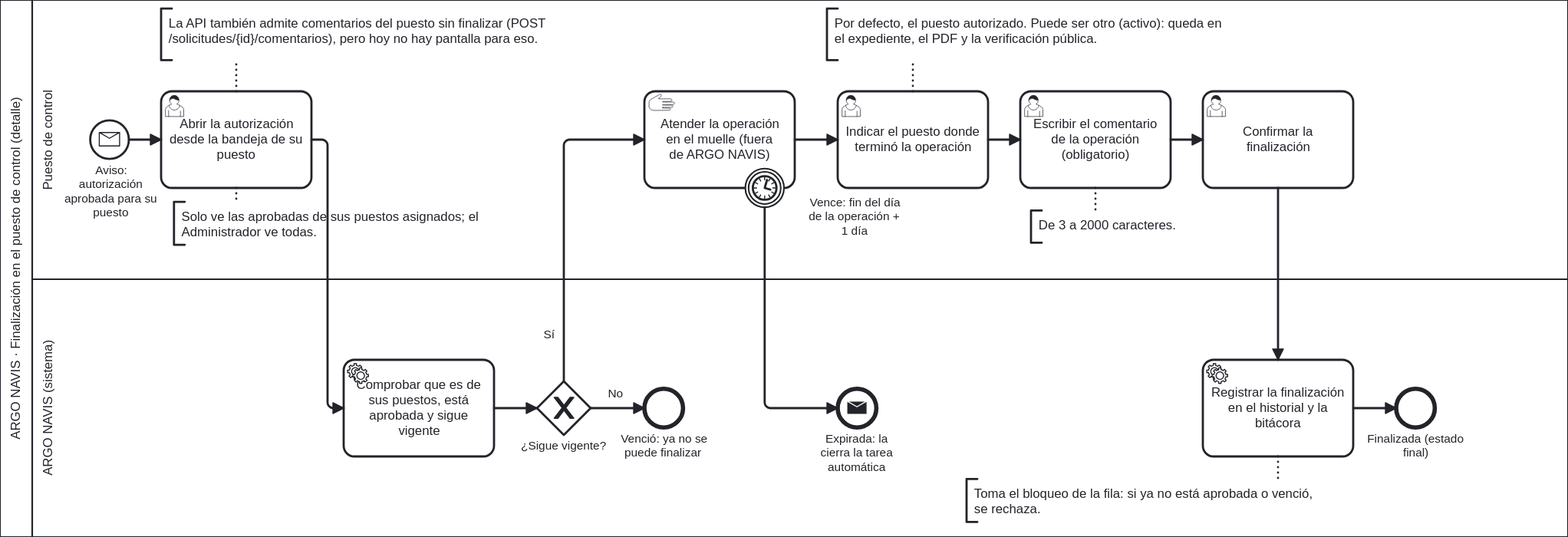
This is docs/bpmn/05-finalizacion-puesto.svg from rxppxc/ArgoNavis, a BPMN export, as it was before one commit. Its source is kept beside it as docs/bpmn/05-finalizacion-puesto.bpmn. Ids are renumbered. Its diagram source:
```xml
<bpmn:definitions xmlns:xsi="http://www.w3.org/2001/XMLSchema-instance" xmlns:bpmn="http://www.omg.org/spec/BPMN/20100524/MODEL" xmlns:bpmndi="http://www.omg.org/spec/BPMN/20100524/DI" xmlns:dc="http://www.omg.org/spec/DD/20100524/DC" xmlns:di="http://www.omg.org/spec/DD/20100524/DI" id="Definiciones_FinalizacionPuesto" targetNamespace="https://argonavis.migracion.gob.pa/bpmn" exporter="ARGO NAVIS" exporterVersion="1.0">
  <bpmn:collaboration id="Colaboracion_FinalizacionPuesto">
    <bpmn:participant id="Pool_FinalizacionPuesto" name="ARGO NAVIS · Finalización en el puesto de control (detalle)" processRef="Proceso_FinalizacionPuesto" />
  </bpmn:collaboration>
  <bpmn:process id="Proceso_FinalizacionPuesto" name="Finalización en el puesto de control" isExecutable="false">
    <bpmn:laneSet id="Carriles_Proceso_FinalizacionPuesto">
      <bpmn:lane id="C_Puesto" name="Puesto de control">
        <bpmn:flowNodeRef>Inicio</bpmn:flowNodeRef>
        <bpmn:flowNodeRef>Abrir</bpmn:flowNodeRef>
        <bpmn:flowNodeRef>Atender</bpmn:flowNodeRef>
        <bpmn:flowNodeRef>Vence</bpmn:flowNodeRef>
        <bpmn:flowNodeRef>Elegir</bpmn:flowNodeRef>
        <bpmn:flowNodeRef>Comentar</bpmn:flowNodeRef>
        <bpmn:flowNodeRef>Confirmar</bpmn:flowNodeRef>
      </bpmn:lane>
      <bpmn:lane id="C_Sistema" name="ARGO NAVIS (sistema)">
        <bpmn:flowNodeRef>Comprobar</bpmn:flowNodeRef>
        <bpmn:flowNodeRef>GVigente</bpmn:flowNodeRef>
        <bpmn:flowNodeRef>FinVencida</bpmn:flowNodeRef>
        <bpmn:flowNodeRef>FinExpirada</bpmn:flowNodeRef>
        <bpmn:flowNodeRef>Registrar</bpmn:flowNodeRef>
        <bpmn:flowNodeRef>FinFinalizada</bpmn:flowNodeRef>
      </bpmn:lane>
    </bpmn:laneSet>
    <bpmn:startEvent id="Inicio" name="Aviso: autorización aprobada para su puesto">
      <bpmn:outgoing>Flujo_Inicio_Abrir</bpmn:outgoing>
      <bpmn:messageEventDefinition id="Def_Inicio" />
    </bpmn:startEvent>
    <bpmn:userTask id="Abrir" name="Abrir la autorización desde la bandeja de su puesto">
      <bpmn:incoming>Flujo_Inicio_Abrir</bpmn:incoming>
      <bpmn:outgoing>Flujo_Abrir_Comprobar</bpmn:outgoing>
    </bpmn:userTask>
    <bpmn:serviceTask id="Comprobar" name="Comprobar que es de sus puestos, está aprobada y sigue vigente">
      <bpmn:incoming>Flujo_Abrir_Comprobar</bpmn:incoming>
      <bpmn:outgoing>Flujo_Comprobar_GVigente</bpmn:outgoing>
    </bpmn:serviceTask>
    <bpmn:exclusiveGateway id="GVigente" name="¿Sigue vigente?">
      <bpmn:incoming>Flujo_Comprobar_GVigente</bpmn:incoming>
      <bpmn:outgoing>Flujo_GVigente_FinVencida</bpmn:outgoing>
      <bpmn:outgoing>Flujo_GVigente_Atender</bpmn:outgoing>
    </bpmn:exclusiveGateway>
    <bpmn:endEvent id="FinVencida" name="Venció: ya no se puede finalizar">
      <bpmn:incoming>Flujo_GVigente_FinVencida</bpmn:incoming>
    </bpmn:endEvent>
    <bpmn:manualTask id="Atender" name="Atender la operación en el muelle (fuera de ARGO NAVIS)">
      <bpmn:incoming>Flujo_GVigente_Atender</bpmn:incoming>
      <bpmn:outgoing>Flujo_Atender_Elegir</bpmn:outgoing>
    </bpmn:manualTask>
    <bpmn:boundaryEvent id="Vence" name="Vence: fin del día de la operación + 1 día" attachedToRef="Atender">
      <bpmn:outgoing>Flujo_Vence_FinExpirada</bpmn:outgoing>
      <bpmn:timerEventDefinition id="Def_Vence" />
    </bpmn:boundaryEvent>
    <bpmn:endEvent id="FinExpirada" name="Expirada: la cierra la tarea automática">
      <bpmn:incoming>Flujo_Vence_FinExpirada</bpmn:incoming>
      <bpmn:messageEventDefinition id="Def_FinExpirada" />
    </bpmn:endEvent>
    <bpmn:userTask id="Elegir" name="Indicar el puesto donde terminó la operación">
      <bpmn:incoming>Flujo_Atender_Elegir</bpmn:incoming>
      <bpmn:outgoing>Flujo_Elegir_Comentar</bpmn:outgoing>
    </bpmn:userTask>
    <bpmn:userTask id="Comentar" name="Escribir el comentario de la operación (obligatorio)">
      <bpmn:incoming>Flujo_Elegir_Comentar</bpmn:incoming>
      <bpmn:outgoing>Flujo_Comentar_Confirmar</bpmn:outgoing>
    </bpmn:userTask>
    <bpmn:userTask id="Confirmar" name="Confirmar la finalización">
      <bpmn:incoming>Flujo_Comentar_Confirmar</bpmn:incoming>
      <bpmn:outgoing>Flujo_Confirmar_Registrar</bpmn:outgoing>
    </bpmn:userTask>
    <bpmn:serviceTask id="Registrar" name="Registrar la finalización en el historial y la bitácora">
      <bpmn:incoming>Flujo_Confirmar_Registrar</bpmn:incoming>
      <bpmn:outgoing>Flujo_Registrar_FinFinalizada</bpmn:outgoing>
    </bpmn:serviceTask>
    <bpmn:endEvent id="FinFinalizada" name="Finalizada (estado final)">
      <bpmn:incoming>Flujo_Registrar_FinFinalizada</bpmn:incoming>
    </bpmn:endEvent>
    <bpmn:sequenceFlow id="Flujo_Inicio_Abrir" sourceRef="Inicio" targetRef="Abrir" />
    <bpmn:sequenceFlow id="Flujo_Abrir_Comprobar" sourceRef="Abrir" targetRef="Comprobar" />
    <bpmn:sequenceFlow id="Flujo_Comprobar_GVigente" sourceRef="Comprobar" targetRef="GVigente" />
    <bpmn:sequenceFlow id="Flujo_GVigente_FinVencida" name="No" sourceRef="GVigente" targetRef="FinVencida" />
    <bpmn:sequenceFlow id="Flujo_GVigente_Atender" name="Sí" sourceRef="GVigente" targetRef="Atender" />
    <bpmn:sequenceFlow id="Flujo_Vence_FinExpirada" sourceRef="Vence" targetRef="FinExpirada" />
    <bpmn:sequenceFlow id="Flujo_Atender_Elegir" sourceRef="Atender" targetRef="Elegir" />
    <bpmn:sequenceFlow id="Flujo_Elegir_Comentar" sourceRef="Elegir" targetRef="Comentar" />
    <bpmn:sequenceFlow id="Flujo_Comentar_Confirmar" sourceRef="Comentar" targetRef="Confirmar" />
    <bpmn:sequenceFlow id="Flujo_Confirmar_Registrar" sourceRef="Confirmar" targetRef="Registrar" />
    <bpmn:sequenceFlow id="Flujo_Registrar_FinFinalizada" sourceRef="Registrar" targetRef="FinFinalizada" />
    <bpmn:textAnnotation id="N_Bandeja"><bpmn:text>Solo ve las aprobadas de sus puestos asignados; el Administrador ve todas.</bpmn:text></bpmn:textAnnotation>
    <bpmn:association id="Asoc_N_Bandeja" sourceRef="Abrir" targetRef="N_Bandeja" />
    <bpmn:textAnnotation id="N_Comentarios"><bpmn:text>La API también admite comentarios del puesto sin finalizar (POST /solicitudes/{id}/comentarios), pero hoy no hay pantalla para eso.</bpmn:text></bpmn:textAnnotation>
    <bpmn:association id="Asoc_N_Comentarios" sourceRef="Abrir" targetRef="N_Comentarios" />
    <bpmn:textAnnotation id="N_Puesto"><bpmn:text>Por defecto, el puesto autorizado. Puede ser otro (activo): queda en el expediente, el PDF y la verificación pública.</bpmn:text></bpmn:textAnnotation>
    <bpmn:association id="Asoc_N_Puesto" sourceRef="Elegir" targetRef="N_Puesto" />
    <bpmn:textAnnotation id="N_Comentario"><bpmn:text>De 3 a 2000 caracteres.</bpmn:text></bpmn:textAnnotation>
    <bpmn:association id="Asoc_N_Comentario" sourceRef="Comentar" targetRef="N_Comentario" />
    <bpmn:textAnnotation id="N_Bloqueo"><bpmn:text>Toma el bloqueo de la fila: si ya no está aprobada o venció, se rechaza.</bpmn:text></bpmn:textAnnotation>
    <bpmn:association id="Asoc_N_Bloqueo" sourceRef="Registrar" targetRef="N_Bloqueo" />
  </bpmn:process>
  <bpmndi:BPMNDiagram id="Diagrama_FinalizacionPuesto">
    <bpmndi:BPMNPlane id="Plano_FinalizacionPuesto" bpmnElement="Colaboracion_FinalizacionPuesto">
      <bpmndi:BPMNShape id="Pool_FinalizacionPuesto_di" bpmnElement="Pool_FinalizacionPuesto" isHorizontal="true"><dc:Bounds x="100" y="40" width="1460" height="500" /></bpmndi:BPMNShape>
      <bpmndi:BPMNShape id="C_Puesto_di" bpmnElement="C_Puesto" isHorizontal="true"><dc:Bounds x="130" y="40" width="1430" height="260" /></bpmndi:BPMNShape>
      <bpmndi:BPMNShape id="C_Sistema_di" bpmnElement="C_Sistema" isHorizontal="true"><dc:Bounds x="130" y="300" width="1430" height="240" /></bpmndi:BPMNShape>
      <bpmndi:BPMNShape id="Inicio_di" bpmnElement="Inicio"><dc:Bounds x="184" y="152.0" width="36" height="36" /><bpmndi:BPMNLabel><dc:Bounds x="166" y="192" width="74" height="70" /></bpmndi:BPMNLabel></bpmndi:BPMNShape>
      <bpmndi:BPMNShape id="Abrir_di" bpmnElement="Abrir"><dc:Bounds x="250" y="125.0" width="140" height="90" /></bpmndi:BPMNShape>
      <bpmndi:BPMNShape id="Comprobar_di" bpmnElement="Comprobar"><dc:Bounds x="420" y="375.0" width="140" height="90" /></bpmndi:BPMNShape>
      <bpmndi:BPMNShape id="GVigente_di" bpmnElement="GVigente" isMarkerVisible="true"><dc:Bounds x="600" y="395.0" width="50" height="50" /><bpmndi:BPMNLabel><dc:Bounds x="565.0" y="449.0" width="120" height="40" /></bpmndi:BPMNLabel></bpmndi:BPMNShape>
      <bpmndi:BPMNShape id="FinVencida_di" bpmnElement="FinVencida"><dc:Bounds x="700" y="402.0" width="36" height="36" /><bpmndi:BPMNLabel><dc:Bounds x="658.0" y="442.0" width="120" height="40" /></bpmndi:BPMNLabel></bpmndi:BPMNShape>
      <bpmndi:BPMNShape id="Atender_di" bpmnElement="Atender"><dc:Bounds x="700" y="125.0" width="140" height="90" /></bpmndi:BPMNShape>
      <bpmndi:BPMNShape id="Vence_di" bpmnElement="Vence"><dc:Bounds x="794.0" y="197.0" width="36" height="36" /><bpmndi:BPMNLabel><dc:Bounds x="836" y="222" width="120" height="40" /></bpmndi:BPMNLabel></bpmndi:BPMNShape>
      <bpmndi:BPMNShape id="FinExpirada_di" bpmnElement="FinExpirada"><dc:Bounds x="880" y="402.0" width="36" height="36" /><bpmndi:BPMNLabel><dc:Bounds x="838.0" y="442.0" width="120" height="40" /></bpmndi:BPMNLabel></bpmndi:BPMNShape>
      <bpmndi:BPMNShape id="Elegir_di" bpmnElement="Elegir"><dc:Bounds x="880" y="125.0" width="140" height="90" /></bpmndi:BPMNShape>
      <bpmndi:BPMNShape id="Comentar_di" bpmnElement="Comentar"><dc:Bounds x="1050" y="125.0" width="140" height="90" /></bpmndi:BPMNShape>
      <bpmndi:BPMNShape id="Confirmar_di" bpmnElement="Confirmar"><dc:Bounds x="1220" y="125.0" width="140" height="90" /></bpmndi:BPMNShape>
      <bpmndi:BPMNShape id="Registrar_di" bpmnElement="Registrar"><dc:Bounds x="1220" y="375.0" width="140" height="90" /></bpmndi:BPMNShape>
      <bpmndi:BPMNShape id="FinFinalizada_di" bpmnElement="FinFinalizada"><dc:Bounds x="1400" y="402.0" width="36" height="36" /><bpmndi:BPMNLabel><dc:Bounds x="1358.0" y="442.0" width="120" height="40" /></bpmndi:BPMNLabel></bpmndi:BPMNShape>
      <bpmndi:BPMNShape id="N_Bandeja_di" bpmnElement="N_Bandeja"><dc:Bounds x="262" y="228" width="300" height="40" /></bpmndi:BPMNShape>
      <bpmndi:BPMNShape id="N_Comentarios_di" bpmnElement="N_Comentarios"><dc:Bounds x="250" y="48" width="430" height="48" /></bpmndi:BPMNShape>
      <bpmndi:BPMNShape id="N_Puesto_di" bpmnElement="N_Puesto"><dc:Bounds x="870" y="48" width="380" height="48" /></bpmndi:BPMNShape>
      <bpmndi:BPMNShape id="N_Comentario_di" bpmnElement="N_Comentario"><dc:Bounds x="1060" y="236" width="160" height="30" /></bpmndi:BPMNShape>
      <bpmndi:BPMNShape id="N_Bloqueo_di" bpmnElement="N_Bloqueo"><dc:Bounds x="1000" y="486" width="340" height="40" /></bpmndi:BPMNShape>
      <bpmndi:BPMNEdge id="Flujo_Inicio_Abrir_di" bpmnElement="Flujo_Inicio_Abrir"><di:waypoint x="220" y="170" /><di:waypoint x="250" y="170" /></bpmndi:BPMNEdge>
      <bpmndi:BPMNEdge id="Flujo_Abrir_Comprobar_di" bpmnElement="Flujo_Abrir_Comprobar"><di:waypoint x="390" y="170" /><di:waypoint x="405" y="170" /><di:waypoint x="405" y="420" /><di:waypoint x="420" y="420" /></bpmndi:BPMNEdge>
      <bpmndi:BPMNEdge id="Flujo_Comprobar_GVigente_di" bpmnElement="Flujo_Comprobar_GVigente"><di:waypoint x="560" y="420" /><di:waypoint x="600" y="420" /></bpmndi:BPMNEdge>
      <bpmndi:BPMNEdge id="Flujo_GVigente_FinVencida_di" bpmnElement="Flujo_GVigente_FinVencida"><di:waypoint x="650" y="420" /><di:waypoint x="700" y="420" /><bpmndi:BPMNLabel><dc:Bounds x="658" y="400" width="30" height="20" /></bpmndi:BPMNLabel></bpmndi:BPMNEdge>
      <bpmndi:BPMNEdge id="Flujo_GVigente_Atender_di" bpmnElement="Flujo_GVigente_Atender"><di:waypoint x="625" y="395" /><di:waypoint x="625" y="170" /><di:waypoint x="700" y="170" /><bpmndi:BPMNLabel><dc:Bounds x="602" y="345" width="20" height="20" /></bpmndi:BPMNLabel></bpmndi:BPMNEdge>
      <bpmndi:BPMNEdge id="Flujo_Vence_FinExpirada_di" bpmnElement="Flujo_Vence_FinExpirada"><di:waypoint x="812" y="233" /><di:waypoint x="812" y="420" /><di:waypoint x="880" y="420" /></bpmndi:BPMNEdge>
      <bpmndi:BPMNEdge id="Flujo_Atender_Elegir_di" bpmnElement="Flujo_Atender_Elegir"><di:waypoint x="840" y="170" /><di:waypoint x="880" y="170" /></bpmndi:BPMNEdge>
      <bpmndi:BPMNEdge id="Flujo_Elegir_Comentar_di" bpmnElement="Flujo_Elegir_Comentar"><di:waypoint x="1020" y="170" /><di:waypoint x="1050" y="170" /></bpmndi:BPMNEdge>
      <bpmndi:BPMNEdge id="Flujo_Comentar_Confirmar_di" bpmnElement="Flujo_Comentar_Confirmar"><di:waypoint x="1190" y="170" /><di:waypoint x="1220" y="170" /></bpmndi:BPMNEdge>
      <bpmndi:BPMNEdge id="Flujo_Confirmar_Registrar_di" bpmnElement="Flujo_Confirmar_Registrar"><di:waypoint x="1290" y="215" /><di:waypoint x="1290" y="375" /></bpmndi:BPMNEdge>
      <bpmndi:BPMNEdge id="Flujo_Registrar_FinFinalizada_di" bpmnElement="Flujo_Registrar_FinFinalizada"><di:waypoint x="1360" y="420" /><di:waypoint x="1400" y="420" /></bpmndi:BPMNEdge>
      <bpmndi:BPMNEdge id="Asoc_N_Bandeja_di" bpmnElement="Asoc_N_Bandeja"><di:waypoint x="320" y="215" /><di:waypoint x="320" y="228" /></bpmndi:BPMNEdge>
      <bpmndi:BPMNEdge id="Asoc_N_Comentarios_di" bpmnElement="Asoc_N_Comentarios"><di:waypoint x="320" y="125" /><di:waypoint x="320" y="96" /></bpmndi:BPMNEdge>
      <bpmndi:BPMNEdge id="Asoc_N_Puesto_di" bpmnElement="Asoc_N_Puesto"><di:waypoint x="950" y="125" /><di:waypoint x="950" y="96" /></bpmndi:BPMNEdge>
      <bpmndi:BPMNEdge id="Asoc_N_Comentario_di" bpmnElement="Asoc_N_Comentario"><di:waypoint x="1120" y="215" /><di:waypoint x="1120" y="236" /></bpmndi:BPMNEdge>
      <bpmndi:BPMNEdge id="Asoc_N_Bloqueo_di" bpmnElement="Asoc_N_Bloqueo"><di:waypoint x="1290" y="465" /><di:waypoint x="1290" y="486" /></bpmndi:BPMNEdge>
    </bpmndi:BPMNPlane>
  </bpmndi:BPMNDiagram>
</bpmn:definitions>
```
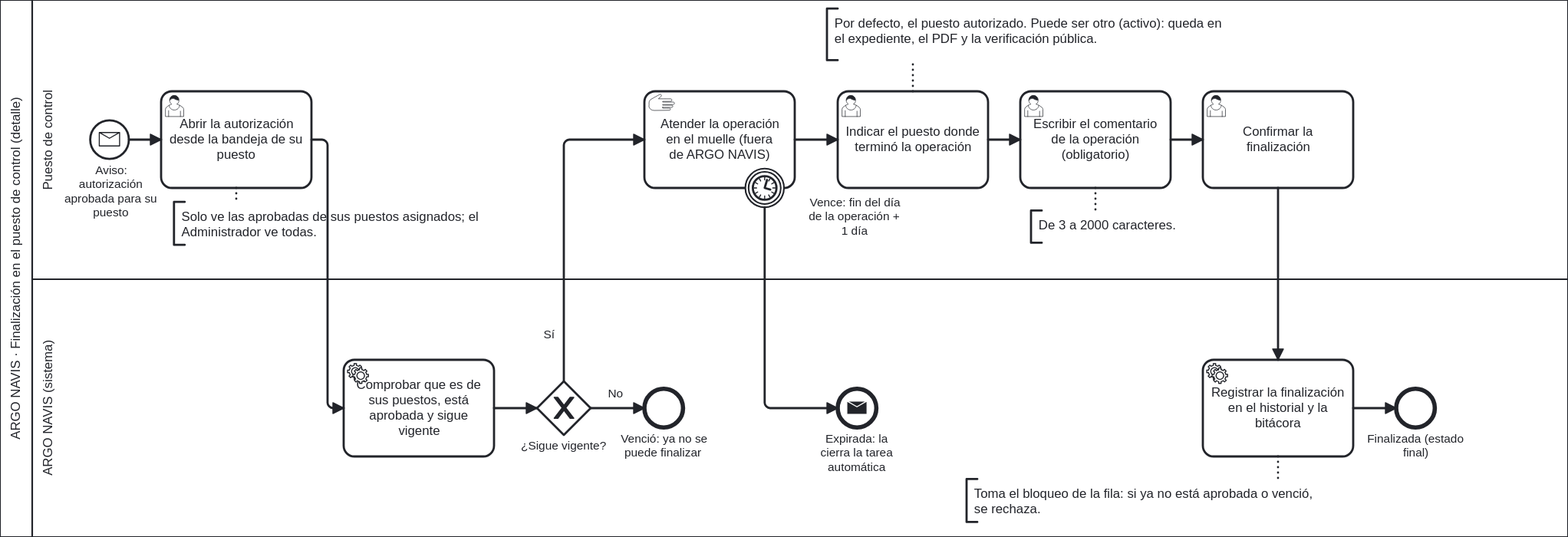
After the commit.

Diff of the diagram source:
```diff
@@ -86,8 +86,6 @@
     <bpmn:sequenceFlow id="Flujo_Registrar_FinFinalizada" sourceRef="Registrar" targetRef="FinFinalizada" />
     <bpmn:textAnnotation id="N_Bandeja"><bpmn:text>Solo ve las aprobadas de sus puestos asignados; el Administrador ve todas.</bpmn:text></bpmn:textAnnotation>
     <bpmn:association id="Asoc_N_Bandeja" sourceRef="Abrir" targetRef="N_Bandeja" />
-    <bpmn:textAnnotation id="N_Comentarios"><bpmn:text>La API también admite comentarios del puesto sin finalizar (POST /solicitudes/{id}/comentarios), pero hoy no hay pantalla para eso.</bpmn:text></bpmn:textAnnotation>
-    <bpmn:association id="Asoc_N_Comentarios" sourceRef="Abrir" targetRef="N_Comentarios" />
     <bpmn:textAnnotation id="N_Puesto"><bpmn:text>Por defecto, el puesto autorizado. Puede ser otro (activo): queda en el expediente, el PDF y la verificación pública.</bpmn:text></bpmn:textAnnotation>
     <bpmn:association id="Asoc_N_Puesto" sourceRef="Elegir" targetRef="N_Puesto" />
     <bpmn:textAnnotation id="N_Comentario"><bpmn:text>De 3 a 2000 caracteres.</bpmn:text></bpmn:textAnnotation>
@@ -114,7 +112,6 @@
       <bpmndi:BPMNShape id="Registrar_di" bpmnElement="Registrar"><dc:Bounds x="1220" y="375.0" width="140" height="90" /></bpmndi:BPMNShape>
       <bpmndi:BPMNShape id="FinFinalizada_di" bpmnElement="FinFinalizada"><dc:Bounds x="1400" y="402.0" width="36" height="36" /><bpmndi:BPMNLabel><dc:Bounds x="1358.0" y="442.0" width="120" height="40" /></bpmndi:BPMNLabel></bpmndi:BPMNShape>
       <bpmndi:BPMNShape id="N_Bandeja_di" bpmnElement="N_Bandeja"><dc:Bounds x="262" y="228" width="300" height="40" /></bpmndi:BPMNShape>
-      <bpmndi:BPMNShape id="N_Comentarios_di" bpmnElement="N_Comentarios"><dc:Bounds x="250" y="48" width="430" height="48" /></bpmndi:BPMNShape>
       <bpmndi:BPMNShape id="N_Puesto_di" bpmnElement="N_Puesto"><dc:Bounds x="870" y="48" width="380" height="48" /></bpmndi:BPMNShape>
       <bpmndi:BPMNShape id="N_Comentario_di" bpmnElement="N_Comentario"><dc:Bounds x="1060" y="236" width="160" height="30" /></bpmndi:BPMNShape>
       <bpmndi:BPMNShape id="N_Bloqueo_di" bpmnElement="N_Bloqueo"><dc:Bounds x="1000" y="486" width="340" height="40" /></bpmndi:BPMNShape>
@@ -130,7 +127,6 @@
       <bpmndi:BPMNEdge id="Flujo_Confirmar_Registrar_di" bpmnElement="Flujo_Confirmar_Registrar"><di:waypoint x="1290" y="215" /><di:waypoint x="1290" y="375" /></bpmndi:BPMNEdge>
       <bpmndi:BPMNEdge id="Flujo_Registrar_FinFinalizada_di" bpmnElement="Flujo_Registrar_FinFinalizada"><di:waypoint x="1360" y="420" /><di:waypoint x="1400" y="420" /></bpmndi:BPMNEdge>
       <bpmndi:BPMNEdge id="Asoc_N_Bandeja_di" bpmnElement="Asoc_N_Bandeja"><di:waypoint x="320" y="215" /><di:waypoint x="320" y="228" /></bpmndi:BPMNEdge>
-      <bpmndi:BPMNEdge id="Asoc_N_Comentarios_di" bpmnElement="Asoc_N_Comentarios"><di:waypoint x="320" y="125" /><di:waypoint x="320" y="96" /></bpmndi:BPMNEdge>
       <bpmndi:BPMNEdge id="Asoc_N_Puesto_di" bpmnElement="Asoc_N_Puesto"><di:waypoint x="950" y="125" /><di:waypoint x="950" y="96" /></bpmndi:BPMNEdge>
       <bpmndi:BPMNEdge id="Asoc_N_Comentario_di" bpmnElement="Asoc_N_Comentario"><di:waypoint x="1120" y="215" /><di:waypoint x="1120" y="236" /></bpmndi:BPMNEdge>
       <bpmndi:BPMNEdge id="Asoc_N_Bloqueo_di" bpmnElement="Asoc_N_Bloqueo"><di:waypoint x="1290" y="465" /><di:waypoint x="1290" y="486" /></bpmndi:BPMNEdge>
```
